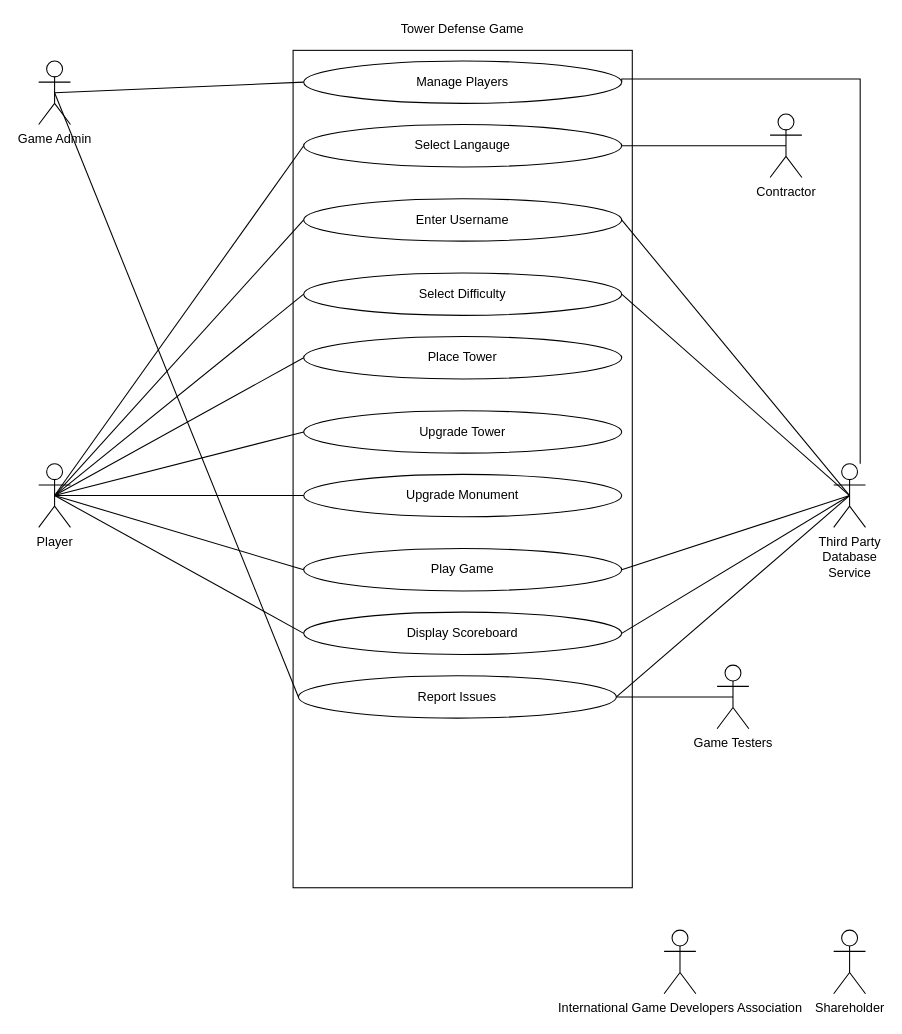
taehee5525/git_test keeps this draw.io diagram as Untitled Diagram.drawio. Above is the earlier version. Source tidied: cells renumbered, new cells numbered last; positions are measured from the earlier drawing's top-left corner, leaving out a move shared by most shapes. Both pictures are drawn from the tidied source at 106%, with x=0, y=0 at pixel (38, 18).
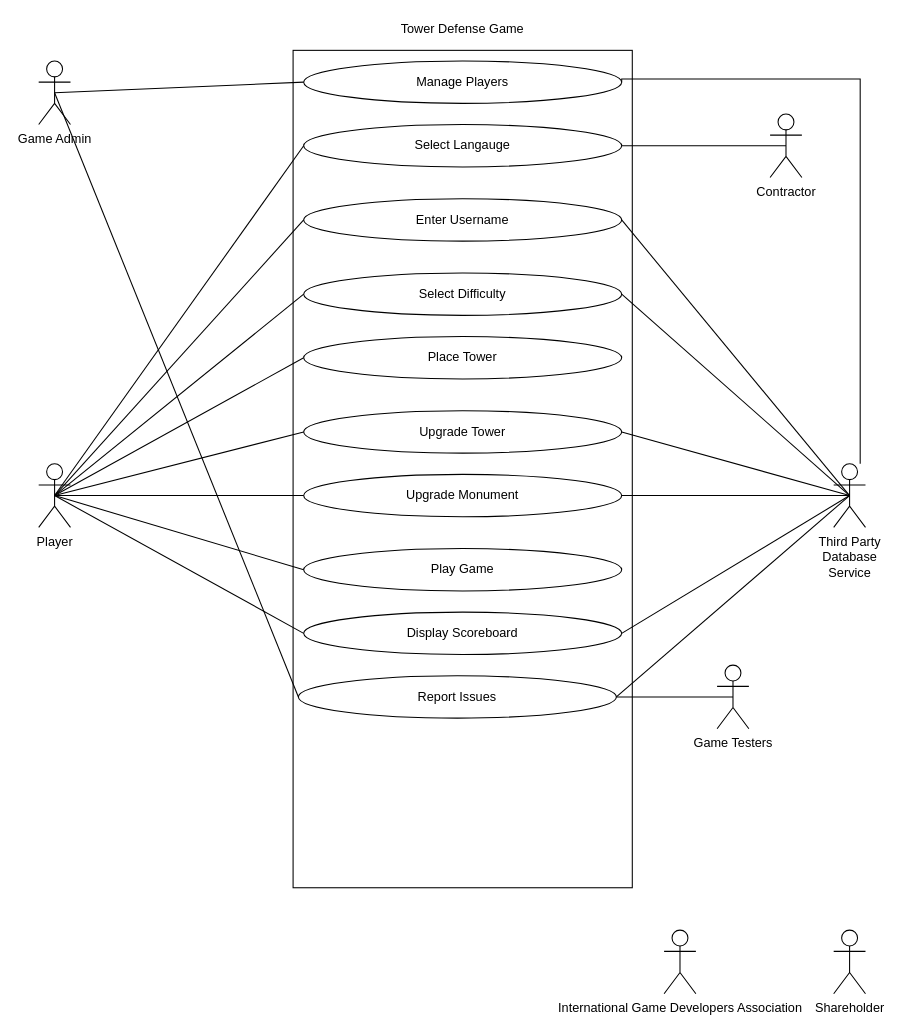
Above is the later version.

Unchanged cells that the change refers to:
```xml
<mxCell id="8" value="Third Party&lt;br&gt;Database&lt;br&gt;Service" style="shape=umlActor;verticalLabelPosition=bottom;verticalAlign=top;html=1;outlineConnect=0;" parent="1" vertex="1">
  <mxGeometry x="750" y="420" width="30" height="60" as="geometry" />
</mxCell>
<mxCell id="24" value="Play Game" style="ellipse;whiteSpace=wrap;html=1;" parent="1" vertex="1">
  <mxGeometry x="250" y="500" width="300" height="40" as="geometry" />
</mxCell>
<mxCell id="27" value="Upgrade Tower" style="ellipse;whiteSpace=wrap;html=1;" parent="1" vertex="1">
  <mxGeometry x="250" y="370" width="300" height="40" as="geometry" />
</mxCell>
```

Diff of the diagram source:
```diff
@@
-    <mxCell id="26" style="endArrow=none;html=1;strokeColor=default;entryX=1;entryY=0.5;entryDx=0;entryDy=0;exitX=0.5;exitY=0.5;exitDx=0;exitDy=0;exitPerimeter=0;" parent="1" edge="1" source="8" target="24">
-      <mxGeometry relative="1" as="geometry" />
-    </mxCell>
@@
+    <mxCell id="39" style="endArrow=none;html=1;strokeColor=default;exitX=0.5;exitY=0.5;exitDx=0;exitDy=0;exitPerimeter=0;" parent="1" edge="1" source="8">
+      <mxGeometry relative="1" as="geometry">
+        <mxPoint x="550" y="450" as="targetPoint" />
+      </mxGeometry>
+    </mxCell>
+    <mxCell id="40" style="endArrow=none;html=1;strokeColor=default;entryX=1;entryY=0.5;entryDx=0;entryDy=0;exitX=0.5;exitY=0.5;exitDx=0;exitDy=0;exitPerimeter=0;" parent="1" edge="1" source="8" target="27">
+      <mxGeometry relative="1" as="geometry" />
+    </mxCell>
```
